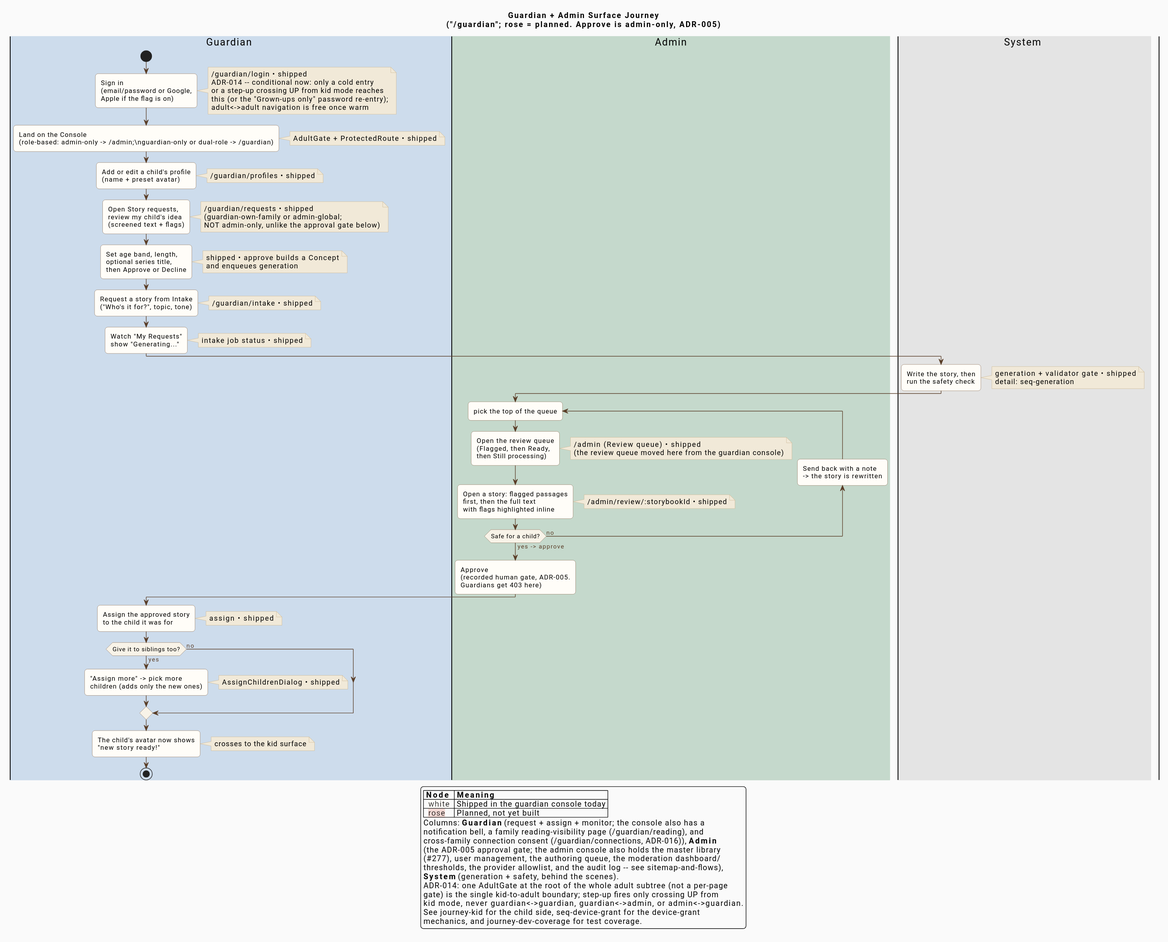
This is docs/architecture/diagrams/journey-guardian.svg from ByronWilliamsCPA/cyo-adventure, a PlantUML export, as it was before one commit.
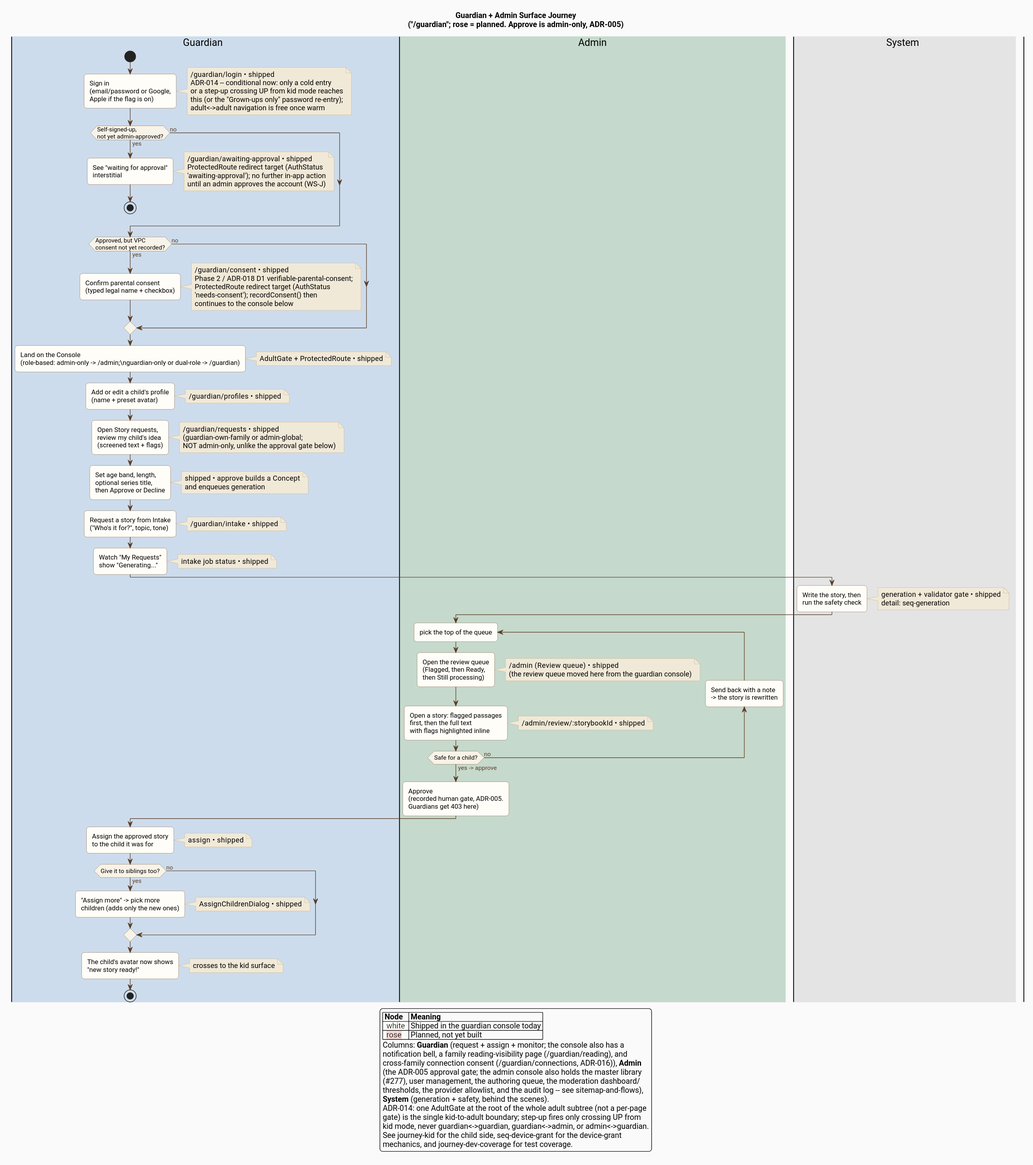
After the change.

The edit, as a diff of the source:
```diff
@@ -26,6 +26,19 @@
 (email/password or Google,
 Apple if the flag is on);
 note right: /guardian/login  •  shipped\nADR-014 -- conditional now: only a cold entry\nor a step-up crossing UP from kid mode reaches\nthis (or the "Grown-ups only" password re-entry);\nadult<->adult navigation is free once warm
+if (Self-signed-up,\nnot yet admin-approved?) then (yes)
+  :See "waiting for approval"
+  interstitial;
+  note right: /guardian/awaiting-approval  •  shipped\nProtectedRoute redirect target (AuthStatus\n'awaiting-approval'); no further in-app action\nuntil an admin approves the account (WS-J)
+  stop
+else (no)
+endif
+if (Approved, but VPC\nconsent not yet recorded?) then (yes)
+  :Confirm parental consent
+  (typed legal name + checkbox);
+  note right: /guardian/consent  •  shipped\nPhase 2 / ADR-018 D1 verifiable-parental-consent;\nProtectedRoute redirect target (AuthStatus\n'needs-consent'); recordConsent() then\ncontinues to the console below
+else (no)
+endif
 :Land on the Console
 (role-based: admin-only -> /admin;\nguardian-only or dual-role -> /guardian);
 note right: AdultGate + ProtectedRoute  •  shipped
```
